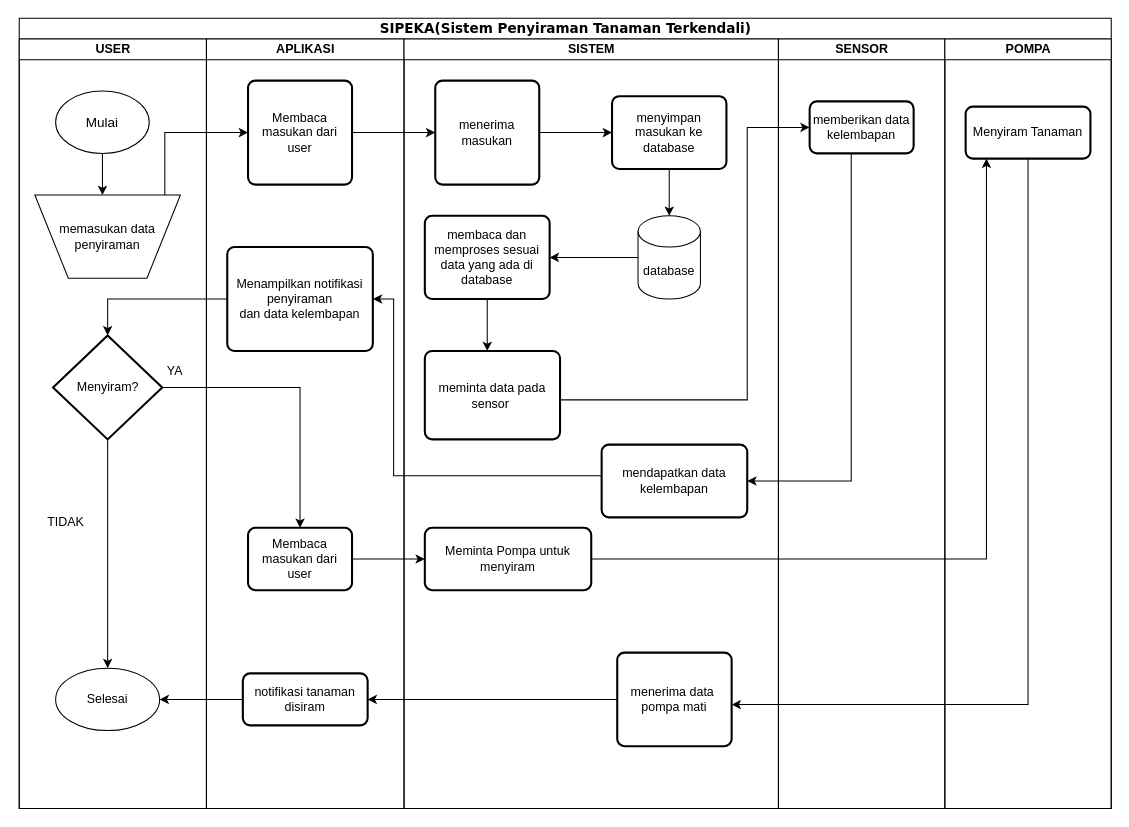
The draw.io diagram Untitled Diagram.drawio in FirmannSyah/Flowmap_RPL, before the edit. Source tidied: cells renumbered, new cells numbered last; positions are measured from the earlier drawing's top-left corner, leaving out a move shared by most shapes. Both pictures are drawn from the tidied source at 104%, with x=0, y=0 at pixel (19, 18).
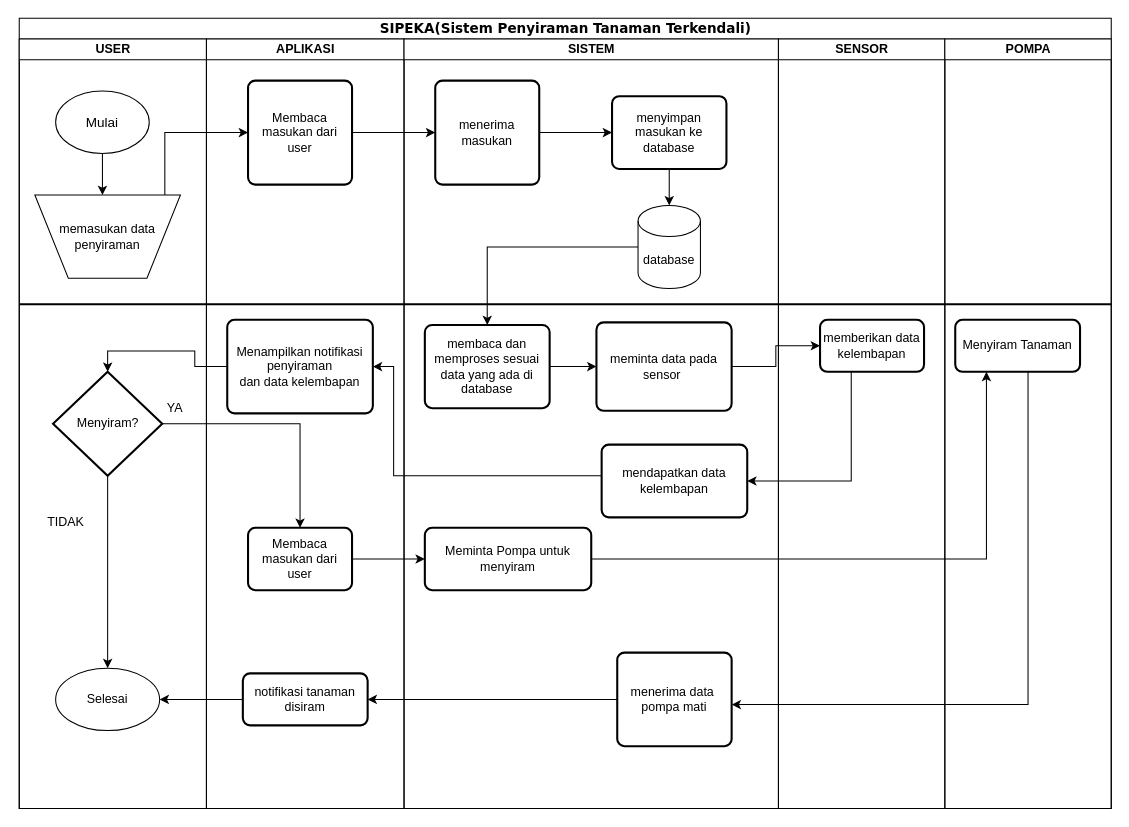
The same diagram, later.

Unchanged cells that the change refers to:
```xml
<mxCell id="2" value="&lt;font style=&quot;font-size: 13px&quot;&gt;SIPEKA(Sistem Penyiraman Tanaman Terkendali)&lt;/font&gt;" style="swimlane;html=1;startSize=20;rounded=0;shadow=0;labelBackgroundColor=none;strokeWidth=1;fontFamily=Verdana;fontSize=8;align=center;" parent="1" vertex="1">
  <mxGeometry width="1050" height="760" as="geometry" />
</mxCell>
<mxCell id="3" value="USER" style="swimlane;html=1;startSize=20;" parent="2" vertex="1">
  <mxGeometry y="20" width="180" height="740" as="geometry" />
</mxCell>
<mxCell id="12" value="APLIKASI" style="swimlane;html=1;startSize=20;" parent="2" vertex="1">
  <mxGeometry x="180" y="20" width="190" height="740" as="geometry" />
</mxCell>
<mxCell id="15" value="Membaca masukan dari user" style="rounded=1;whiteSpace=wrap;html=1;absoluteArcSize=1;arcSize=14;strokeWidth=2;fontSize=12;" parent="12" vertex="1">
  <mxGeometry x="40" y="470" width="100" height="60" as="geometry" />
</mxCell>
<mxCell id="18" value="SISTEM" style="swimlane;html=1;startSize=20;" parent="2" vertex="1">
  <mxGeometry x="370" y="20" width="360" height="740" as="geometry" />
</mxCell>
<mxCell id="27" value="mendapatkan data kelembapan" style="rounded=1;whiteSpace=wrap;html=1;absoluteArcSize=1;arcSize=14;strokeWidth=2;fontSize=12;" parent="18" vertex="1">
  <mxGeometry x="190" y="390" width="140" height="70" as="geometry" />
</mxCell>
<mxCell id="30" value="SENSOR" style="swimlane;html=1;startSize=20;" parent="2" vertex="1">
  <mxGeometry x="730" y="20" width="160" height="740" as="geometry" />
</mxCell>
<mxCell id="32" value="POMPA" style="swimlane;html=1;startSize=20;" parent="2" vertex="1">
  <mxGeometry x="890" y="20" width="160" height="740" as="geometry" />
</mxCell>
```

Change to the diagram source:
```diff
@@
     <mxCell id="8" value="Menyiram?" style="strokeWidth=2;html=1;shape=mxgraph.flowchart.decision;whiteSpace=wrap;fontSize=12;" parent="3" vertex="1">
-      <mxGeometry x="32.5" y="285" width="105" height="100" as="geometry" />
+      <mxGeometry x="32.5" y="320" width="105" height="100" as="geometry" />
     </mxCell>
     <mxCell id="9" value="YA" style="text;html=1;strokeColor=none;fillColor=none;align=center;verticalAlign=middle;whiteSpace=wrap;rounded=0;fontSize=12;" parent="3" vertex="1">
-      <mxGeometry x="120" y="305" width="60" height="30" as="geometry" />
+      <mxGeometry x="120" y="340" width="60" height="30" as="geometry" />
     </mxCell>
@@
     <mxCell id="14" value="Menampilkan notifikasi penyiraman&lt;br&gt;dan data kelembapan" style="rounded=1;whiteSpace=wrap;html=1;absoluteArcSize=1;arcSize=14;strokeWidth=2;fontSize=12;" parent="12" vertex="1">
-      <mxGeometry x="20" y="200" width="140" height="100" as="geometry" />
+      <mxGeometry x="20" y="270" width="140" height="90" as="geometry" />
     </mxCell>
@@
     <mxCell id="22" value="database" style="shape=cylinder3;whiteSpace=wrap;html=1;boundedLbl=1;backgroundOutline=1;size=15;fontSize=12;" parent="18" vertex="1">
-      <mxGeometry x="225" y="170" width="60" height="80" as="geometry" />
+      <mxGeometry x="225" y="160" width="60" height="80" as="geometry" />
     </mxCell>
@@
+    <mxCell id="47" style="edgeStyle=orthogonalEdgeStyle;rounded=0;jettySize=auto;html=1;fontSize=12;" parent="18" edge="1" source="25" target="26">
+      <mxGeometry relative="1" as="geometry" />
+    </mxCell>
     <mxCell id="25" value="membaca dan memproses sesuai data yang ada di database" style="rounded=1;whiteSpace=wrap;html=1;absoluteArcSize=1;arcSize=14;strokeWidth=2;fontSize=12;" parent="18" vertex="1">
-      <mxGeometry x="20" y="170" width="120" height="80" as="geometry" />
+      <mxGeometry x="20" y="275" width="120" height="80" as="geometry" />
     </mxCell>
     <mxCell id="26" value="meminta data pada sensor&amp;nbsp;" style="rounded=1;whiteSpace=wrap;html=1;absoluteArcSize=1;arcSize=14;strokeWidth=2;fontSize=12;" parent="18" vertex="1">
-      <mxGeometry x="20" y="300" width="130" height="85" as="geometry" />
+      <mxGeometry x="185" y="272.5" width="130" height="85" as="geometry" />
     </mxCell>
@@
     <mxCell id="31" value="memberikan data&lt;br&gt;kelembapan" style="rounded=1;whiteSpace=wrap;html=1;absoluteArcSize=1;arcSize=14;strokeWidth=2;fontSize=12;" parent="30" vertex="1">
-      <mxGeometry x="30" y="60" width="100" height="50" as="geometry" />
+      <mxGeometry x="40" y="270" width="100" height="50" as="geometry" />
     </mxCell>
@@
     <mxCell id="33" value="Menyiram Tanaman" style="rounded=1;whiteSpace=wrap;html=1;absoluteArcSize=1;arcSize=14;strokeWidth=2;fontSize=12;" parent="32" vertex="1">
-      <mxGeometry x="20" y="65" width="120" height="50" as="geometry" />
+      <mxGeometry x="10" y="270" width="120" height="50" as="geometry" />
     </mxCell>
@@
-    <mxCell id="36" style="edgeStyle=orthogonalEdgeStyle;rounded=0;jettySize=auto;html=1;entryX=0;entryY=0.5;entryDx=0;entryDy=0;fontSize=12;" parent="2" edge="1" source="26" target="31">
-      <mxGeometry relative="1" as="geometry">
-        <Array as="points">
-          <mxPoint x="700" y="367" />
-          <mxPoint x="700" y="105" />
-        </Array>
-      </mxGeometry>
-    </mxCell>
@@
     <mxCell id="38" style="edgeStyle=orthogonalEdgeStyle;rounded=0;jettySize=auto;html=1;entryX=1;entryY=0.5;entryDx=0;entryDy=0;fontSize=12;" parent="2" edge="1" source="27" target="14">
       <mxGeometry relative="1" as="geometry">
         <Array as="points">
           <mxPoint x="360" y="440" />
-          <mxPoint x="360" y="270" />
+          <mxPoint x="360" y="335" />
         </Array>
       </mxGeometry>
     </mxCell>
     <mxCell id="39" style="edgeStyle=orthogonalEdgeStyle;rounded=0;jettySize=auto;html=1;fontSize=12;" parent="2" edge="1" source="8" target="15">
       <mxGeometry relative="1" as="geometry">
         <Array as="points">
-          <mxPoint x="270" y="355" />
+          <mxPoint x="270" y="390" />
         </Array>
       </mxGeometry>
     </mxCell>
@@
-    <mxCell id="46" style="edgeStyle=orthogonalEdgeStyle;rounded=0;jettySize=auto;html=1;fontSize=12;" parent="1" edge="1" source="25">
-      <mxGeometry relative="1" as="geometry">
-        <mxPoint x="450" y="320" as="targetPoint" />
-      </mxGeometry>
-    </mxCell>
+    <mxCell id="36" style="edgeStyle=orthogonalEdgeStyle;rounded=0;jettySize=auto;html=1;fontSize=12;" parent="2" edge="1" source="26" target="31">
+      <mxGeometry relative="1" as="geometry" />
+    </mxCell>
+    <mxCell id="48" style="line;strokeWidth=2;html=1;perimeter=backbonePerimeter;fontSize=12;" parent="1" vertex="1">
+      <mxGeometry y="270" width="1050" height="10" as="geometry" />
+    </mxCell>
```
